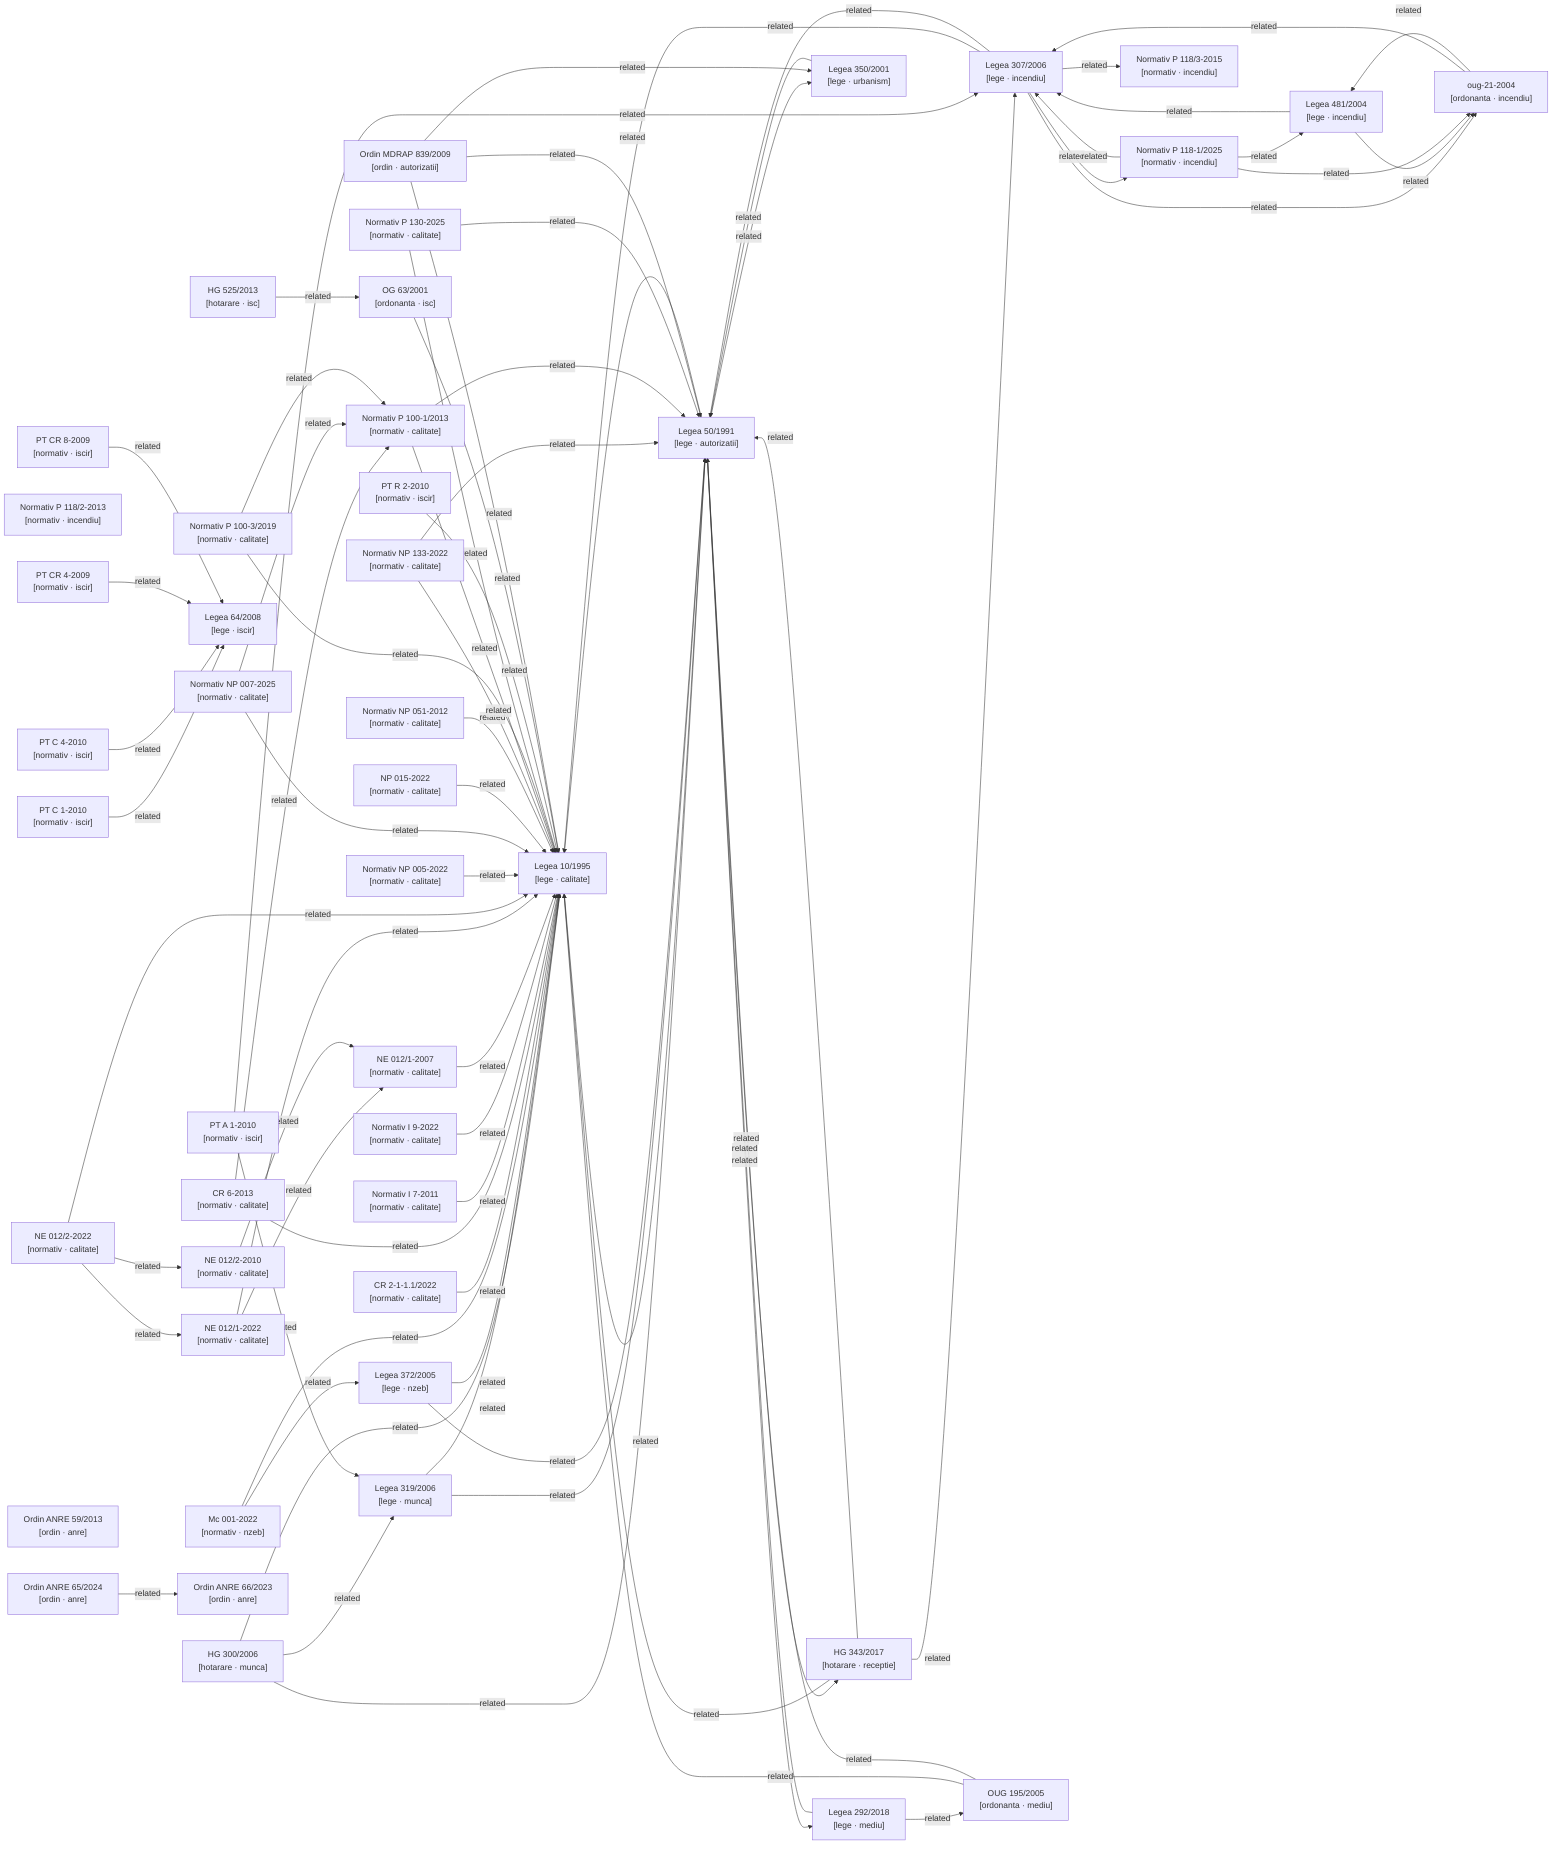
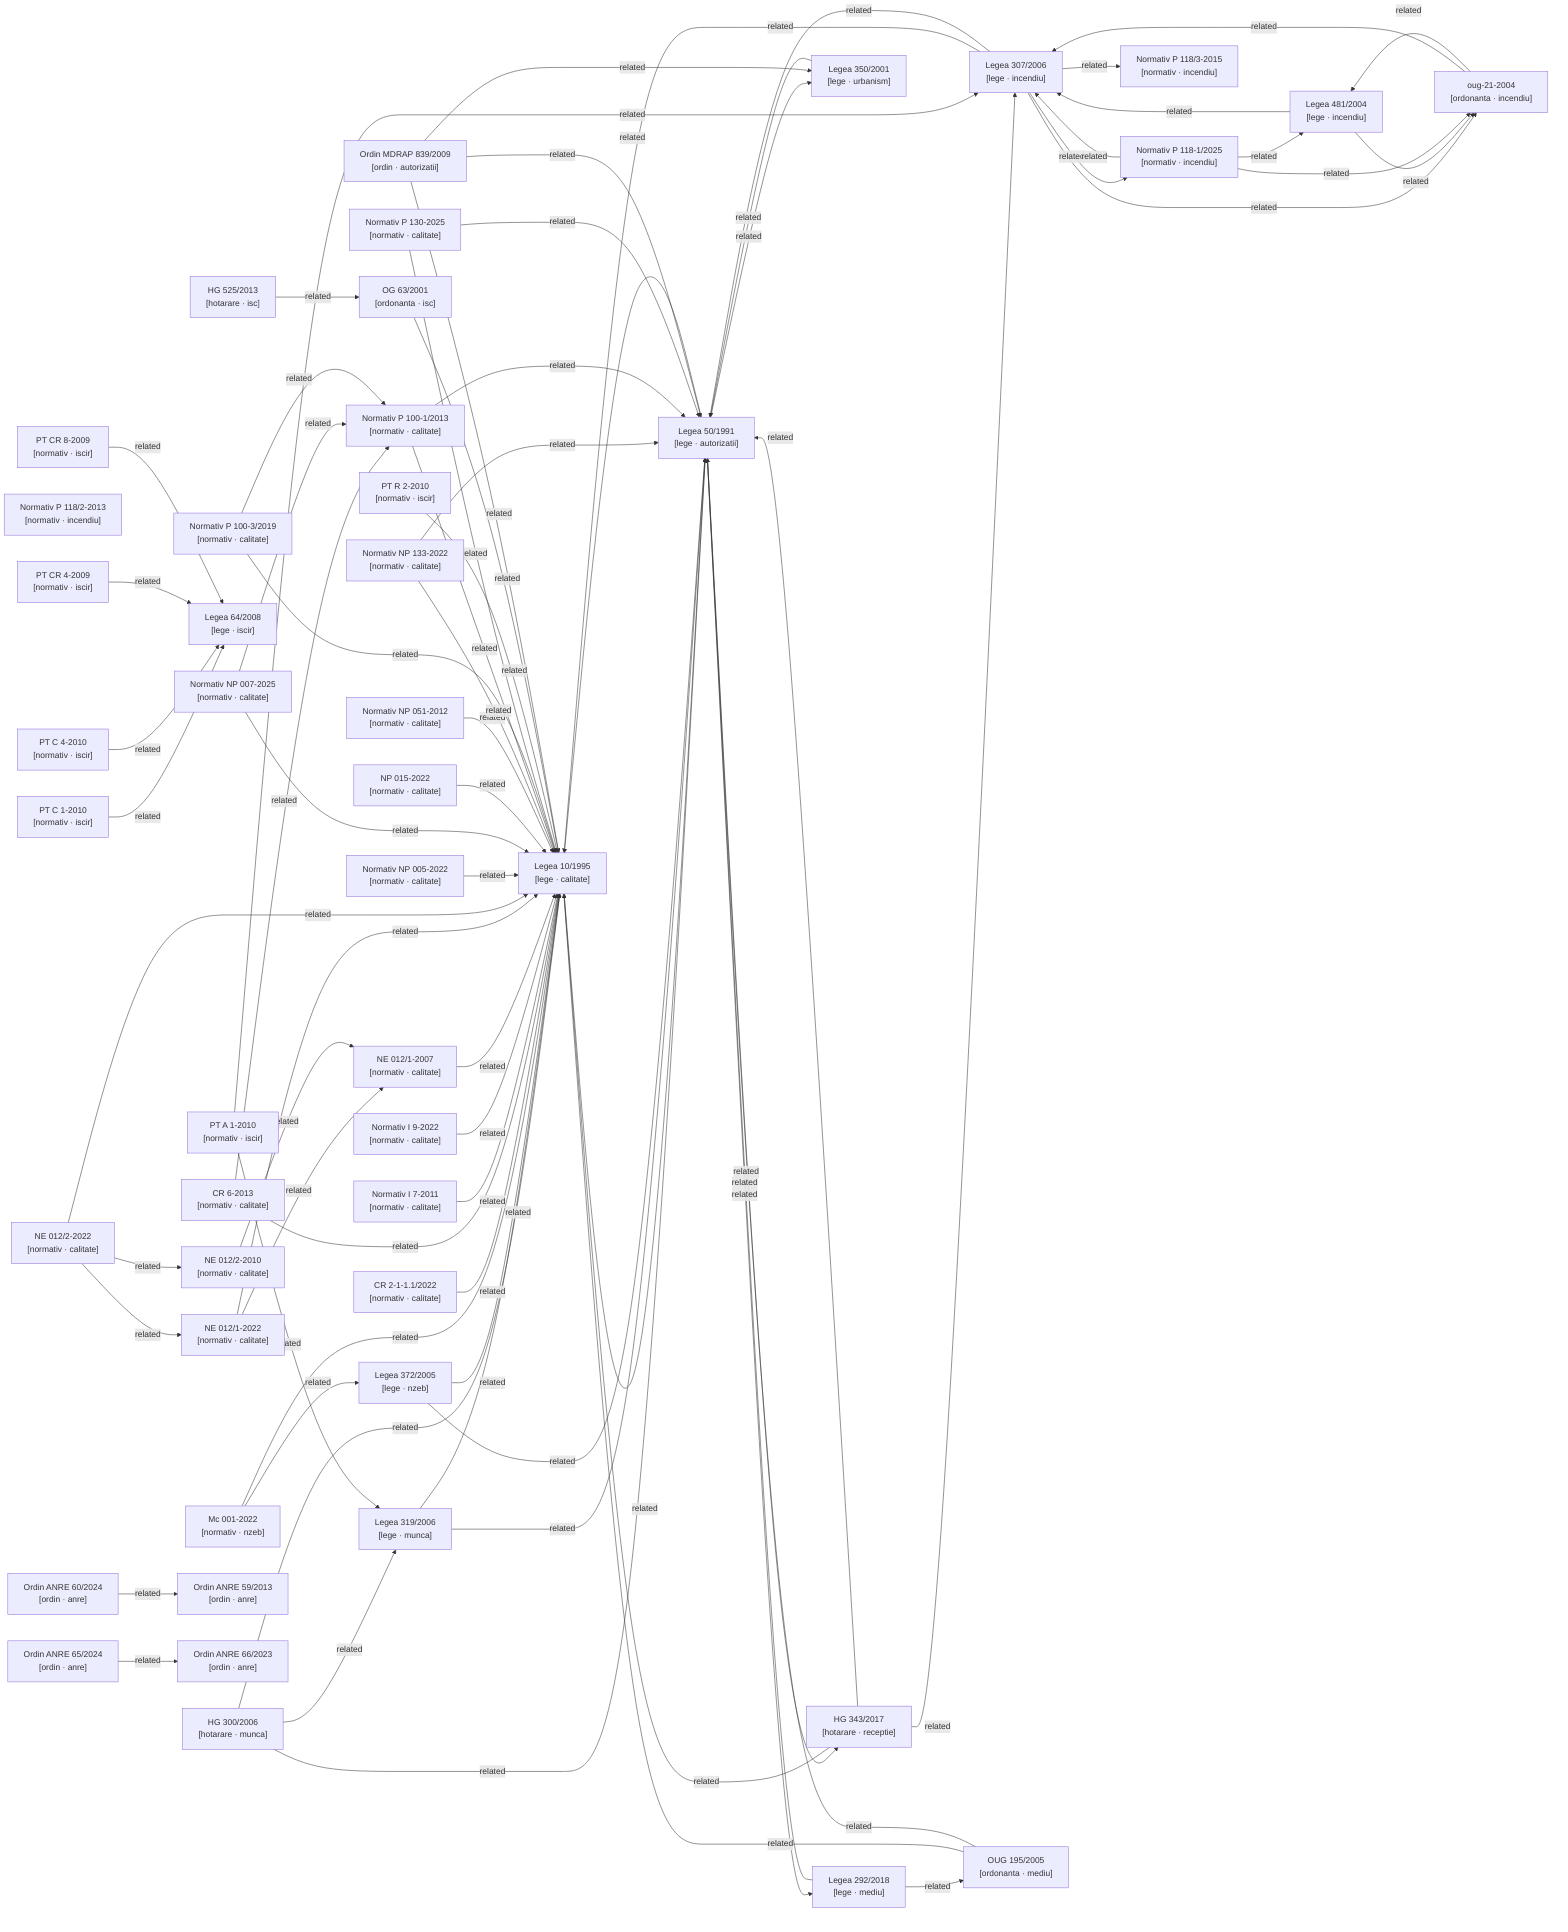
graph LR

  %% Nodes
  hg-300-2006["HG 300/2006\n[hotarare · munca]"]
  hg-343-2017["HG 343/2017\n[hotarare · receptie]"]
  hg-525-2013["HG 525/2013\n[hotarare · isc]"]
  lege-10-1995["Legea 10/1995\n[lege · calitate]"]
  lege-292-2018["Legea 292/2018\n[lege · mediu]"]
  lege-307-2006["Legea 307/2006\n[lege · incendiu]"]
  lege-319-2006["Legea 319/2006\n[lege · munca]"]
  lege-350-2001["Legea 350/2001\n[lege · urbanism]"]
  lege-372-2005["Legea 372/2005\n[lege · nzeb]"]
  lege-481-2004["Legea 481/2004\n[lege · incendiu]"]
  lege-50-1991["Legea 50/1991\n[lege · autorizatii]"]
  lege-64-2008["Legea 64/2008\n[lege · iscir]"]
  metodologie-mc001-2022["Mc 001-2022\n[normativ · nzeb]"]
  normativ-cr2-1-1-1-2022["CR 2-1-1.1/2022\n[normativ · calitate]"]
  normativ-cr6-2013["CR 6-2013\n[normativ · calitate]"]
  normativ-i7-2011["Normativ I 7-2011\n[normativ · calitate]"]
  normativ-i9-2022["Normativ I 9-2022\n[normativ · calitate]"]
  normativ-ne012-1-2007["NE 012/1-2007\n[normativ · calitate]"]
  normativ-ne012-1-2022["NE 012/1-2022\n[normativ · calitate]"]
  normativ-ne012-2-2010["NE 012/2-2010\n[normativ · calitate]"]
  normativ-ne012-2-2022["NE 012/2-2022\n[normativ · calitate]"]
  normativ-np005-2022["Normativ NP 005-2022\n[normativ · calitate]"]
  normativ-np007-2025["Normativ NP 007-2025\n[normativ · calitate]"]
  normativ-np015-2022["NP 015-2022\n[normativ · calitate]"]
  normativ-np051-2012["Normativ NP 051-2012\n[normativ · calitate]"]
  normativ-np133-2022["Normativ NP 133-2022\n[normativ · calitate]"]
  normativ-p100-1-2013["Normativ P 100-1/2013\n[normativ · calitate]"]
  normativ-p100-3-2019["Normativ P 100-3/2019\n[normativ · calitate]"]
  normativ-p118-1-2025["Normativ P 118-1/2025\n[normativ · incendiu]"]
  normativ-p118-2-2013["Normativ P 118/2-2013\n[normativ · incendiu]"]
  normativ-p118-3-2015["Normativ P 118/3-2015\n[normativ · incendiu]"]
  normativ-p130-2025["Normativ P 130-2025\n[normativ · calitate]"]
  normativ-pt-a1-2010["PT A 1-2010\n[normativ · iscir]"]
  normativ-pt-c1-2010["PT C 1-2010\n[normativ · iscir]"]
  normativ-pt-c4-2010["PT C 4-2010\n[normativ · iscir]"]
  normativ-pt-cr4-2009["PT CR 4-2009\n[normativ · iscir]"]
  normativ-pt-cr8-2009["PT CR 8-2009\n[normativ · iscir]"]
  normativ-pt-r2-2010["PT R 2-2010\n[normativ · iscir]"]
  og-63-2001["OG 63/2001\n[ordonanta · isc]"]
  ordin-839-2009["Ordin MDRAP 839/2009\n[ordin · autorizatii]"]
  ordin-anre-59-2013["Ordin ANRE 59/2013\n[ordin · anre]"]
+   ordin-anre-60-2024["Ordin ANRE 60/2024\n[ordin · anre]"]
  ordin-anre-65-2024["Ordin ANRE 65/2024\n[ordin · anre]"]
  ordin-anre-66-2023["Ordin ANRE 66/2023\n[ordin · anre]"]
  oug-195-2005["OUG 195/2005\n[ordonanta · mediu]"]
  oug-21-2004["oug-21-2004\n[ordonanta · incendiu]"]

  %% Confirmed relationships (from metadata related_acts)
  hg-300-2006 -->|related| lege-10-1995
  hg-300-2006 -->|related| lege-319-2006
  hg-300-2006 -->|related| lege-50-1991
  hg-343-2017 -->|related| lege-10-1995
  hg-343-2017 -->|related| lege-307-2006
  hg-343-2017 -->|related| lege-50-1991
  hg-525-2013 -->|related| og-63-2001
  lege-10-1995 -->|related| lege-50-1991
  lege-292-2018 -->|related| lege-50-1991
  lege-292-2018 -->|related| oug-195-2005
  lege-307-2006 -->|related| lege-10-1995
  lege-307-2006 -->|related| lege-50-1991
  lege-307-2006 -->|related| normativ-p118-1-2025
  lege-307-2006 -->|related| normativ-p118-3-2015
  lege-307-2006 -->|related| oug-21-2004
  lege-319-2006 -->|related| lege-10-1995
  lege-319-2006 -->|related| lege-50-1991
  lege-350-2001 -->|related| lege-50-1991
  lege-372-2005 -->|related| lege-10-1995
  lege-372-2005 -->|related| lege-50-1991
  lege-481-2004 -->|related| lege-307-2006
  lege-481-2004 -->|related| oug-21-2004
  lege-50-1991 -->|related| hg-343-2017
  lege-50-1991 -->|related| lege-10-1995
  lege-50-1991 -->|related| lege-292-2018
  lege-50-1991 -->|related| lege-350-2001
  metodologie-mc001-2022 -->|related| lege-10-1995
  metodologie-mc001-2022 -->|related| lege-372-2005
  normativ-cr2-1-1-1-2022 -->|related| lege-10-1995
  normativ-cr6-2013 -->|related| lege-10-1995
  normativ-cr6-2013 -->|related| normativ-p100-1-2013
  normativ-i7-2011 -->|related| lege-10-1995
  normativ-i9-2022 -->|related| lege-10-1995
  normativ-ne012-1-2007 -->|related| lege-10-1995
  normativ-ne012-1-2022 -->|related| lege-10-1995
  normativ-ne012-1-2022 -->|related| normativ-ne012-1-2007
  normativ-ne012-2-2010 -->|related| normativ-ne012-1-2007
  normativ-ne012-2-2022 -->|related| lege-10-1995
  normativ-ne012-2-2022 -->|related| normativ-ne012-1-2022
  normativ-ne012-2-2022 -->|related| normativ-ne012-2-2010
  normativ-np005-2022 -->|related| lege-10-1995
  normativ-np007-2025 -->|related| lege-10-1995
  normativ-np007-2025 -->|related| normativ-p100-1-2013
  normativ-np015-2022 -->|related| lege-10-1995
  normativ-np051-2012 -->|related| lege-10-1995
  normativ-np133-2022 -->|related| lege-10-1995
  normativ-np133-2022 -->|related| lege-50-1991
  normativ-p100-1-2013 -->|related| lege-10-1995
  normativ-p100-1-2013 -->|related| lege-50-1991
  normativ-p100-3-2019 -->|related| lege-10-1995
  normativ-p100-3-2019 -->|related| normativ-p100-1-2013
  normativ-p118-1-2025 -->|related| lege-307-2006
  normativ-p118-1-2025 -->|related| lege-481-2004
  normativ-p118-1-2025 -->|related| oug-21-2004
  normativ-p130-2025 -->|related| lege-10-1995
  normativ-p130-2025 -->|related| lege-50-1991
  normativ-pt-a1-2010 -->|related| lege-307-2006
  normativ-pt-a1-2010 -->|related| lege-319-2006
  normativ-pt-c1-2010 -->|related| lege-64-2008
  normativ-pt-c4-2010 -->|related| lege-64-2008
  normativ-pt-cr4-2009 -->|related| lege-64-2008
  normativ-pt-cr8-2009 -->|related| lege-64-2008
  normativ-pt-r2-2010 -->|related| lege-10-1995
  og-63-2001 -->|related| lege-10-1995
  ordin-839-2009 -->|related| lege-10-1995
  ordin-839-2009 -->|related| lege-350-2001
  ordin-839-2009 -->|related| lege-50-1991
+   ordin-anre-60-2024 -->|related| ordin-anre-59-2013
  ordin-anre-65-2024 -->|related| ordin-anre-66-2023
  oug-195-2005 -->|related| lege-10-1995
  oug-195-2005 -->|related| lege-50-1991
  oug-21-2004 -->|related| lege-307-2006
  oug-21-2004 -->|related| lege-481-2004

  %% Auto-detected relationships (needs_review)
